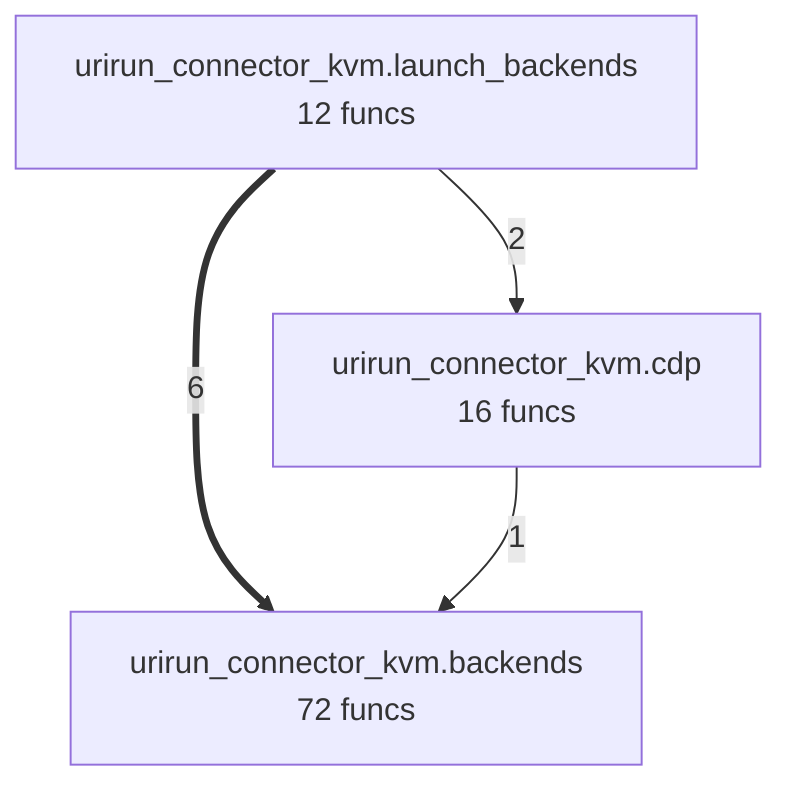
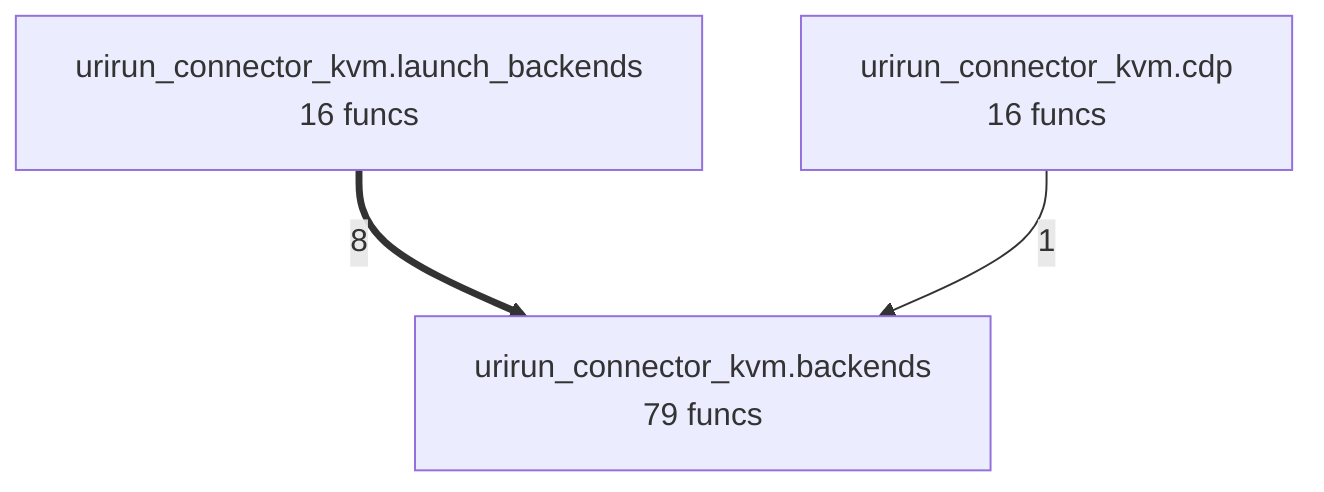
flowchart TD
%% generated in 0.01s
-     urirun_connector_kvm__backends["urirun_connector_kvm.backends<br/>72 funcs"]
+     urirun_connector_kvm__backends["urirun_connector_kvm.backends<br/>79 funcs"]
    urirun_connector_kvm__cdp["urirun_connector_kvm.cdp<br/>16 funcs"]
-     urirun_connector_kvm__launch_backends["urirun_connector_kvm.launch_backends<br/>12 funcs"]
-     urirun_connector_kvm__launch_backends ==>|6| urirun_connector_kvm__backends
-     urirun_connector_kvm__launch_backends -->|2| urirun_connector_kvm__cdp
+     urirun_connector_kvm__launch_backends["urirun_connector_kvm.launch_backends<br/>16 funcs"]
+     urirun_connector_kvm__launch_backends ==>|8| urirun_connector_kvm__backends
    urirun_connector_kvm__cdp -->|1| urirun_connector_kvm__backends
